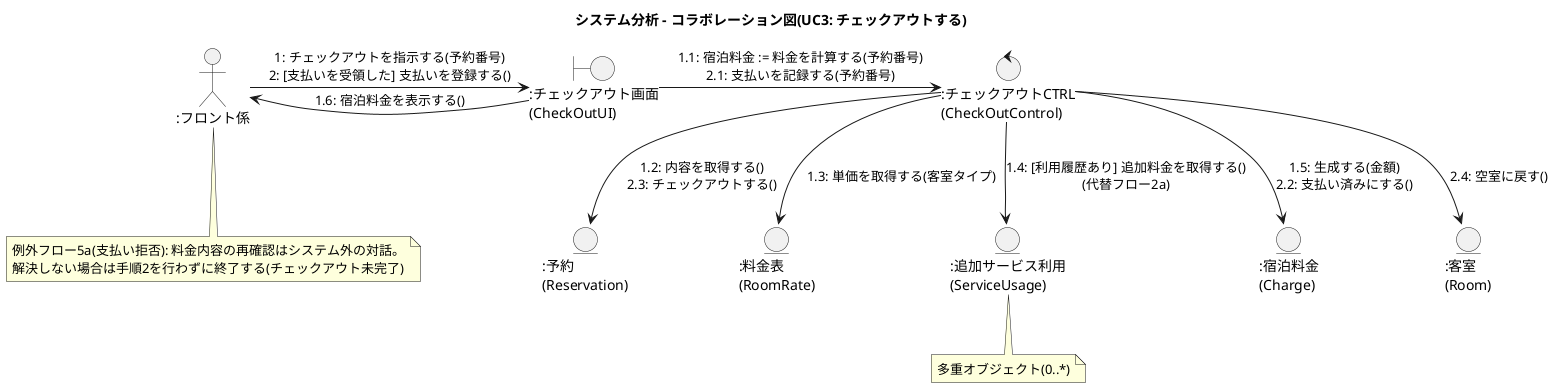
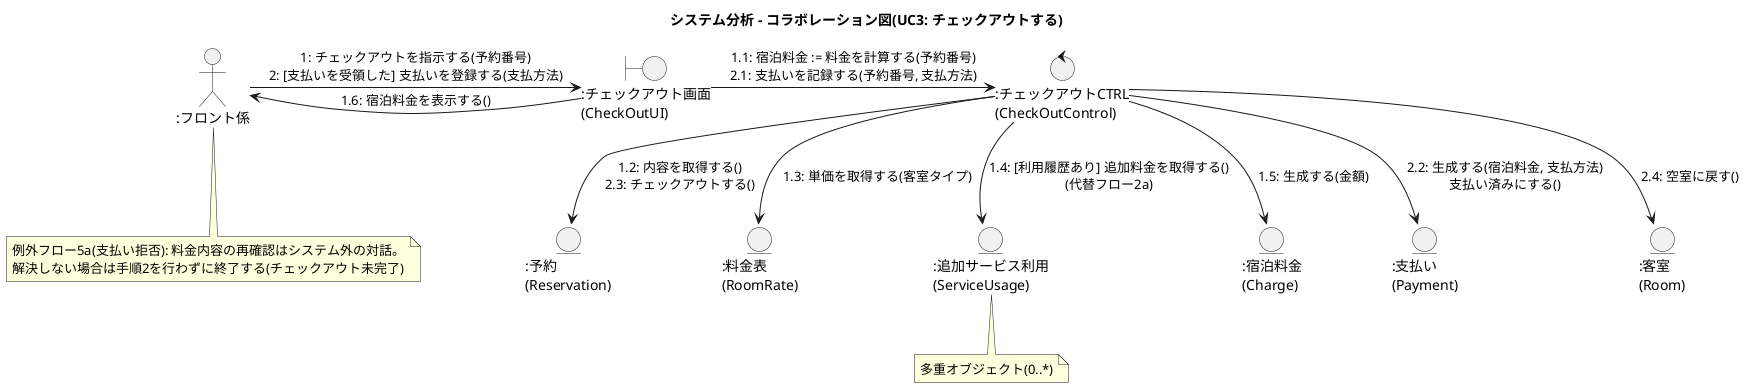
@startuml collaboration_uc3_checkout
title システム分析 - コラボレーション図(UC3: チェックアウトする)

actor ":フロント係" as Staff
boundary ":チェックアウト画面\n(CheckOutUI)" as UI
control ":チェックアウトCTRL\n(CheckOutControl)" as Ctrl
entity ":予約\n(Reservation)" as Rsv
entity ":料金表\n(RoomRate)" as Rate
entity ":追加サービス利用\n(ServiceUsage)" as Svc
entity ":宿泊料金\n(Charge)" as Charge
+ entity ":支払い\n(Payment)" as Payment
entity ":客室\n(Room)" as Room

- Staff -right-> UI : 1: チェックアウトを指示する(予約番号)\n2: [支払いを受領した] 支払いを登録する()
+ Staff -right-> UI : 1: チェックアウトを指示する(予約番号)\n2: [支払いを受領した] 支払いを登録する(支払方法)
UI -left-> Staff : 1.6: 宿泊料金を表示する()
- UI -right-> Ctrl : 1.1: 宿泊料金 := 料金を計算する(予約番号)\n2.1: 支払いを記録する(予約番号)
+ UI -right-> Ctrl : 1.1: 宿泊料金 := 料金を計算する(予約番号)\n2.1: 支払いを記録する(予約番号, 支払方法)
Ctrl -down-> Rsv : 1.2: 内容を取得する()\n2.3: チェックアウトする()
Ctrl -down-> Rate : 1.3: 単価を取得する(客室タイプ)
Ctrl -down-> Svc : 1.4: [利用履歴あり] 追加料金を取得する()\n(代替フロー2a)
- Ctrl -down-> Charge : 1.5: 生成する(金額)\n2.2: 支払い済みにする()
+ Ctrl -down-> Charge : 1.5: 生成する(金額)
+ Ctrl -down-> Payment : 2.2: 生成する(宿泊料金, 支払方法)\n支払い済みにする()
Ctrl -down-> Room : 2.4: 空室に戻す()

note bottom of Svc : 多重オブジェクト(0..*)
note bottom of Staff : 例外フロー5a(支払い拒否): 料金内容の再確認はシステム外の対話。\n解決しない場合は手順2を行わずに終了する(チェックアウト未完了)

@enduml
